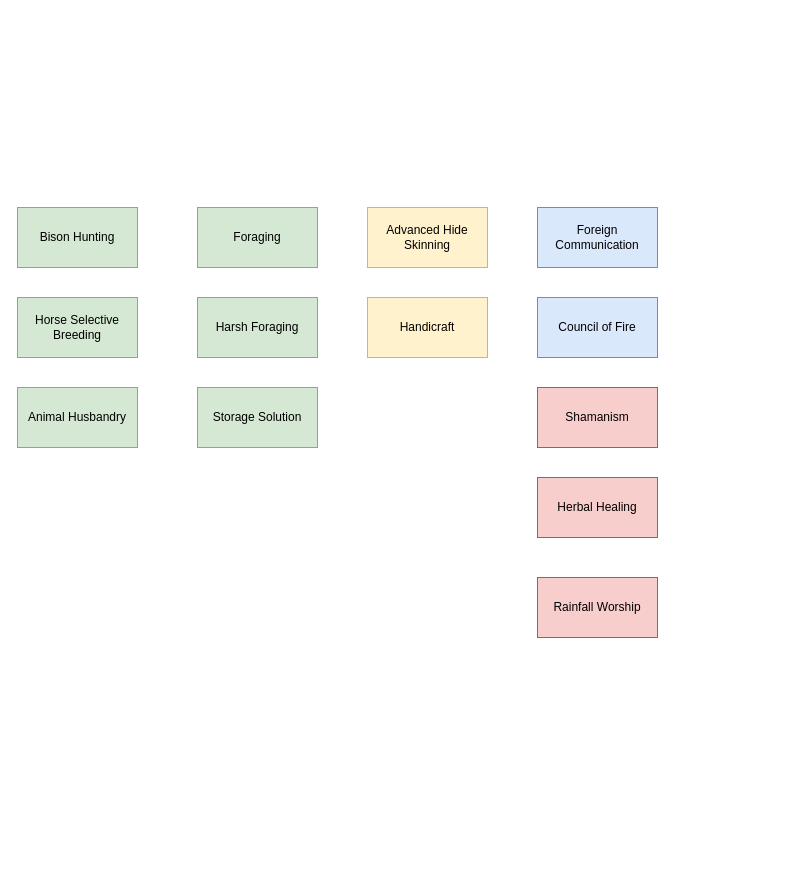
This is Untitled Diagram.drawio from Viperace/CargillShare, a draw.io file, before an edit. Source tidied: cells renumbered, new cells numbered last; positions are measured from the earlier drawing's top-left corner, leaving out a move shared by most shapes. Both pictures are drawn from the tidied source at 100%, with x=0, y=0 at pixel (17, 207).
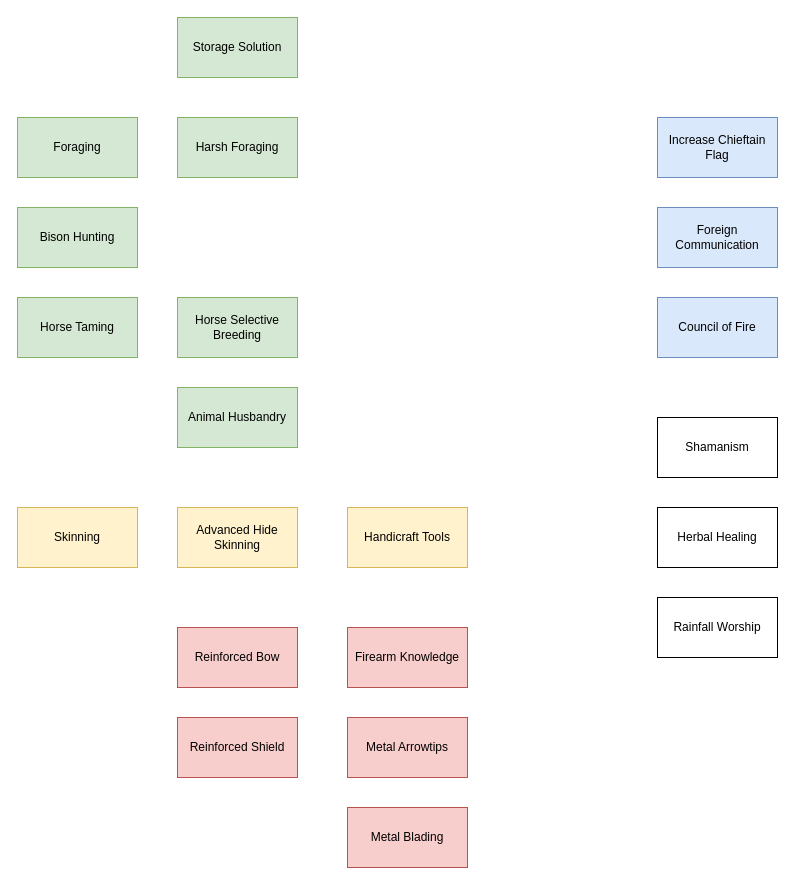
After the change.

The edit, as a diff of the source:
```diff
@@
     <mxCell id="3" value="Horse Selective Breeding" style="rounded=0;whiteSpace=wrap;html=1;fillColor=#d5e8d4;strokeColor=#82b366;" parent="1" vertex="1">
-      <mxGeometry y="90" width="120" height="60" as="geometry" />
+      <mxGeometry x="160" y="90" width="120" height="60" as="geometry" />
     </mxCell>
     <mxCell id="4" value="Animal Husbandry" style="rounded=0;whiteSpace=wrap;html=1;fillColor=#d5e8d4;strokeColor=#82b366;" parent="1" vertex="1">
-      <mxGeometry y="180" width="120" height="60" as="geometry" />
+      <mxGeometry x="160" y="180" width="120" height="60" as="geometry" />
     </mxCell>
     <mxCell id="5" value="Foraging" style="rounded=0;whiteSpace=wrap;html=1;fillColor=#d5e8d4;strokeColor=#82b366;" parent="1" vertex="1">
-      <mxGeometry x="180" width="120" height="60" as="geometry" />
+      <mxGeometry y="-90" width="120" height="60" as="geometry" />
     </mxCell>
     <mxCell id="6" value="Harsh Foraging" style="rounded=0;whiteSpace=wrap;html=1;fillColor=#d5e8d4;strokeColor=#82b366;" parent="1" vertex="1">
-      <mxGeometry x="180" y="90" width="120" height="60" as="geometry" />
+      <mxGeometry x="160" y="-90" width="120" height="60" as="geometry" />
     </mxCell>
     <mxCell id="7" value="Storage Solution" style="rounded=0;whiteSpace=wrap;html=1;fillColor=#d5e8d4;strokeColor=#82b366;" parent="1" vertex="1">
-      <mxGeometry x="180" y="180" width="120" height="60" as="geometry" />
+      <mxGeometry x="160" y="-190" width="120" height="60" as="geometry" />
     </mxCell>
     <mxCell id="8" value="Advanced Hide Skinning" style="rounded=0;whiteSpace=wrap;html=1;fillColor=#fff2cc;strokeColor=#d6b656;" parent="1" vertex="1">
-      <mxGeometry x="350" width="120" height="60" as="geometry" />
+      <mxGeometry x="160" y="300" width="120" height="60" as="geometry" />
     </mxCell>
-    <mxCell id="9" value="Handicraft" style="rounded=0;whiteSpace=wrap;html=1;fillColor=#fff2cc;strokeColor=#d6b656;" parent="1" vertex="1">
-      <mxGeometry x="350" y="90" width="120" height="60" as="geometry" />
+    <mxCell id="9" value="&lt;div&gt;&lt;span style=&quot;background-color: initial;&quot;&gt;Handicraft Tools&lt;/span&gt;&lt;br&gt;&lt;/div&gt;" style="rounded=0;whiteSpace=wrap;html=1;fillColor=#fff2cc;strokeColor=#d6b656;" parent="1" vertex="1">
+      <mxGeometry x="330" y="300" width="120" height="60" as="geometry" />
     </mxCell>
     <mxCell id="10" value="Foreign Communication" style="rounded=0;whiteSpace=wrap;html=1;fillColor=#dae8fc;strokeColor=#6c8ebf;" parent="1" vertex="1">
-      <mxGeometry x="520" width="120" height="60" as="geometry" />
+      <mxGeometry x="640" width="120" height="60" as="geometry" />
     </mxCell>
     <mxCell id="11" value="Council of Fire" style="rounded=0;whiteSpace=wrap;html=1;fillColor=#dae8fc;strokeColor=#6c8ebf;" parent="1" vertex="1">
-      <mxGeometry x="520" y="90" width="120" height="60" as="geometry" />
+      <mxGeometry x="640" y="90" width="120" height="60" as="geometry" />
     </mxCell>
-    <mxCell id="12" value="Shamanism" style="rounded=0;whiteSpace=wrap;html=1;fillColor=#f8cecc;strokeColor=#b85450;" parent="1" vertex="1">
-      <mxGeometry x="520" y="180" width="120" height="60" as="geometry" />
+    <mxCell id="12" value="Shamanism" style="rounded=0;whiteSpace=wrap;html=1;" parent="1" vertex="1">
+      <mxGeometry x="640" y="210" width="120" height="60" as="geometry" />
     </mxCell>
-    <mxCell id="13" value="Herbal Healing" style="rounded=0;whiteSpace=wrap;html=1;fillColor=#f8cecc;strokeColor=#b85450;" parent="1" vertex="1">
-      <mxGeometry x="520" y="270" width="120" height="60" as="geometry" />
+    <mxCell id="13" value="Herbal Healing" style="rounded=0;whiteSpace=wrap;html=1;" parent="1" vertex="1">
+      <mxGeometry x="640" y="300" width="120" height="60" as="geometry" />
     </mxCell>
-    <mxCell id="14" value="Rainfall Worship" style="rounded=0;whiteSpace=wrap;html=1;fillColor=#f8cecc;strokeColor=#b85450;" parent="1" vertex="1">
-      <mxGeometry x="520" y="370" width="120" height="60" as="geometry" />
+    <mxCell id="14" value="Rainfall Worship" style="rounded=0;whiteSpace=wrap;html=1;" parent="1" vertex="1">
+      <mxGeometry x="640" y="390" width="120" height="60" as="geometry" />
     </mxCell>
+    <mxCell id="15" value="Firearm Knowledge" style="rounded=0;whiteSpace=wrap;html=1;fillColor=#f8cecc;strokeColor=#b85450;" parent="1" vertex="1">
+      <mxGeometry x="330" y="420" width="120" height="60" as="geometry" />
+    </mxCell>
+    <mxCell id="16" value="Metal Arrowtips" style="rounded=0;whiteSpace=wrap;html=1;fillColor=#f8cecc;strokeColor=#b85450;" parent="1" vertex="1">
+      <mxGeometry x="330" y="510" width="120" height="60" as="geometry" />
+    </mxCell>
+    <mxCell id="17" value="Metal Blading" style="rounded=0;whiteSpace=wrap;html=1;fillColor=#f8cecc;strokeColor=#b85450;" parent="1" vertex="1">
+      <mxGeometry x="330" y="600" width="120" height="60" as="geometry" />
+    </mxCell>
+    <mxCell id="18" value="Reinforced Bow" style="rounded=0;whiteSpace=wrap;html=1;fillColor=#f8cecc;strokeColor=#b85450;" parent="1" vertex="1">
+      <mxGeometry x="160" y="420" width="120" height="60" as="geometry" />
+    </mxCell>
+    <mxCell id="19" value="Reinforced Shield" style="rounded=0;whiteSpace=wrap;html=1;fillColor=#f8cecc;strokeColor=#b85450;" parent="1" vertex="1">
+      <mxGeometry x="160" y="510" width="120" height="60" as="geometry" />
+    </mxCell>
+    <mxCell id="20" value="Horse Taming" style="rounded=0;whiteSpace=wrap;html=1;fillColor=#d5e8d4;strokeColor=#82b366;" parent="1" vertex="1">
+      <mxGeometry y="90" width="120" height="60" as="geometry" />
+    </mxCell>
+    <mxCell id="21" value="Increase Chieftain Flag" style="rounded=0;whiteSpace=wrap;html=1;fillColor=#dae8fc;strokeColor=#6c8ebf;" parent="1" vertex="1">
+      <mxGeometry x="640" y="-90" width="120" height="60" as="geometry" />
+    </mxCell>
+    <mxCell id="22" value="Skinning" style="rounded=0;whiteSpace=wrap;html=1;fillColor=#fff2cc;strokeColor=#d6b656;" parent="1" vertex="1">
+      <mxGeometry y="300" width="120" height="60" as="geometry" />
+    </mxCell>
```
